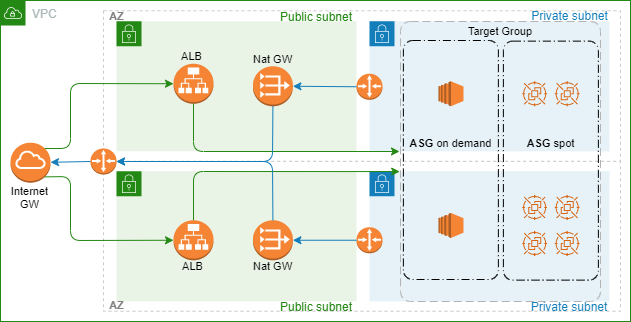
Above: images/architecture.png in juliocesarscheidt/aws-simple-architecture (draw.io), before the change. Source tidied: cells renumbered, new cells last; positions are measured from the earlier drawing's top-left corner, leaving out a move shared by most shapes.
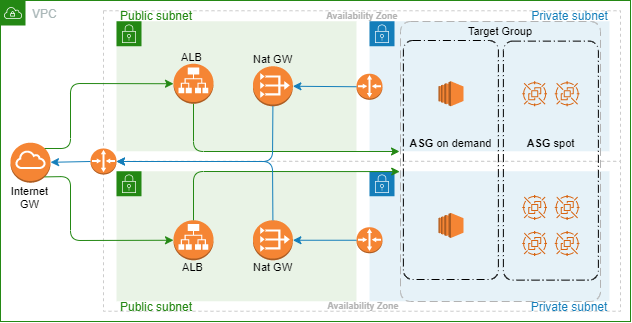
Above is the later version.

The edit, as a diff of the source:
```diff
@@ -82,10 +82,10 @@
       </mxGeometry>
     </mxCell>
     <mxCell id="25" value="Public subnet" style="text;html=1;align=center;verticalAlign=middle;whiteSpace=wrap;rounded=0;shadow=0;dashed=1;sketch=0;fontSize=12;fontStyle=0;fontColor=#248814;" parent="1" vertex="1">
-      <mxGeometry x="276" y="10.8" width="80" height="10" as="geometry" />
+      <mxGeometry x="116" y="10" width="80" height="10" as="geometry" />
     </mxCell>
     <mxCell id="26" value="Public subnet" style="text;html=1;align=center;verticalAlign=middle;whiteSpace=wrap;rounded=0;shadow=0;dashed=1;sketch=0;fontSize=12;fontStyle=0;fontColor=#248814;" parent="1" vertex="1">
-      <mxGeometry x="276" y="300.5" width="80" height="10" as="geometry" />
+      <mxGeometry x="116" y="300.5" width="80" height="10" as="geometry" />
     </mxCell>
     <mxCell id="27" style="endArrow=classic;html=1;fontSize=11;fontColor=#B3B3B3;strokeWidth=1;exitX=0;exitY=0.5;exitDx=0;exitDy=0;exitPerimeter=0;strokeColor=#147EBA;" parent="1" edge="1" source="18" target="9">
       <mxGeometry relative="1" as="geometry" />
@@ -170,11 +170,11 @@
         </Array>
       </mxGeometry>
     </mxCell>
-    <mxCell id="49" value="&lt;span&gt;AZ&lt;/span&gt;" style="text;html=1;strokeColor=none;align=center;verticalAlign=middle;whiteSpace=wrap;rounded=0;fontSize=11;labelBackgroundColor=none;fontStyle=1;fontColor=#808080;" parent="1" vertex="1">
-      <mxGeometry x="103" y="10.2" width="27" height="10.8" as="geometry" />
+    <mxCell id="49" value="&lt;span style=&quot;font-size: 9px;&quot;&gt;Availability Zone&lt;/span&gt;" style="text;html=1;strokeColor=none;align=center;verticalAlign=middle;whiteSpace=wrap;rounded=0;fontSize=9;labelBackgroundColor=none;fontStyle=1;fontColor=#B3B3B3;" parent="1" vertex="1">
+      <mxGeometry x="316.5" y="9.2" width="90" height="10.8" as="geometry" />
     </mxCell>
-    <mxCell id="50" value="&lt;span&gt;AZ&lt;/span&gt;" style="text;html=1;strokeColor=none;align=center;verticalAlign=middle;whiteSpace=wrap;rounded=0;fontSize=11;labelBackgroundColor=none;fontStyle=1;fontColor=#808080;" parent="1" vertex="1">
-      <mxGeometry x="103" y="299.8" width="27" height="10.8" as="geometry" />
-    </mxCell>
+    <mxCell id="51" value="&lt;span style=&quot;font-size: 9px;&quot;&gt;Availability Zone&lt;/span&gt;" style="text;html=1;strokeColor=none;align=center;verticalAlign=middle;whiteSpace=wrap;rounded=0;fontSize=9;labelBackgroundColor=none;fontStyle=1;fontColor=#B3B3B3;" parent="1" vertex="1">
+      <mxGeometry x="318.1" y="299.8" width="90" height="10.8" as="geometry" />
+    </mxCell>
   </root>
 </mxGraphModel>
```
